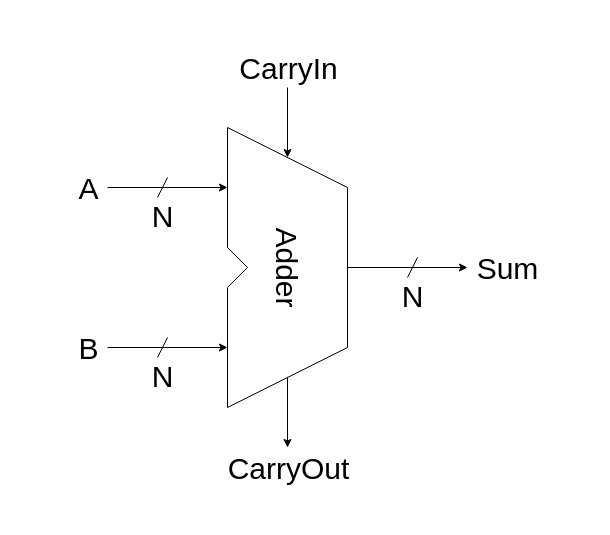
Above: design/adder.drawio in Dark-GreenCat/RISCV32-Processor-Verilog-Design (draw.io), before the change. Source tidied: cells renumbered, new cells numbered last; positions are measured from the earlier drawing's top-left corner, leaving out a move shared by most shapes. Both pictures are drawn from the tidied source at 100%, with x=0, y=0 at pixel (107, 87).
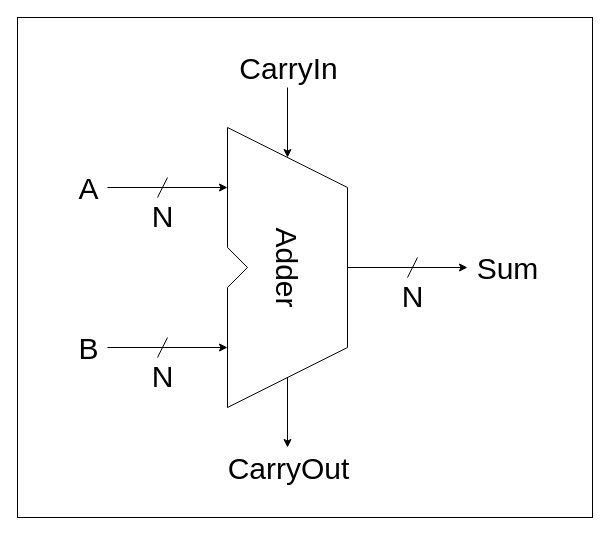
After the change.

Commit message (it also covers changes not shown here):
[ADD] Add design/images/ to contain exported design. Add adder.png first

Change to the diagram source:
```diff
@@
+    <mxCell id="28" style="rounded=0;whiteSpace=wrap;html=1;fontSize=30;" parent="1" vertex="1">
+      <mxGeometry x="-90" y="-70" width="575" height="500" as="geometry" />
+    </mxCell>
```
